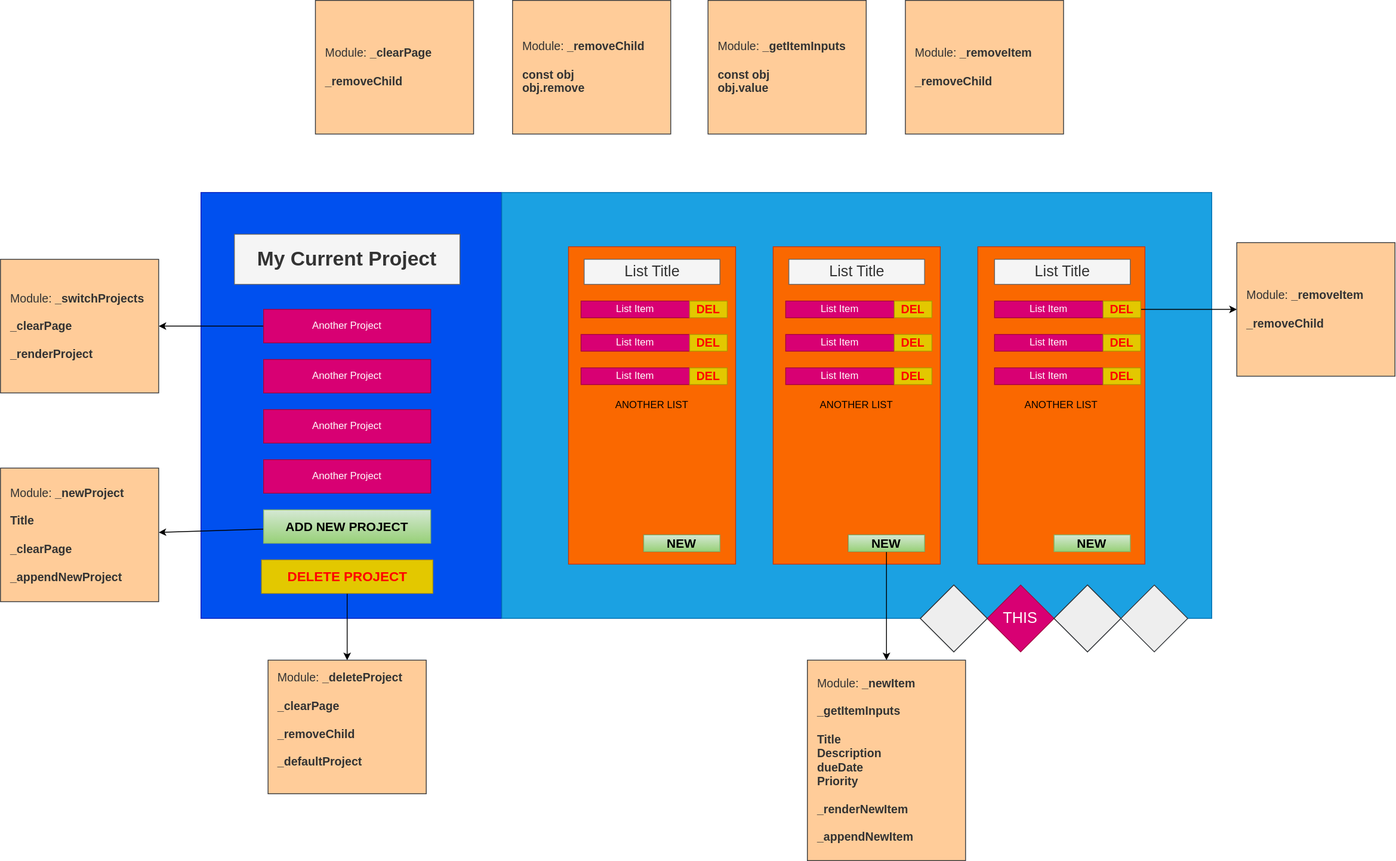
myopicOracle/todo-list-odin-path keeps this draw.io diagram as architecture.drawio.svg. Above is the earlier version. Source tidied: cells renumbered, new cells last; positions are measured from the earlier drawing's top-left corner, leaving out a move shared by most shapes.
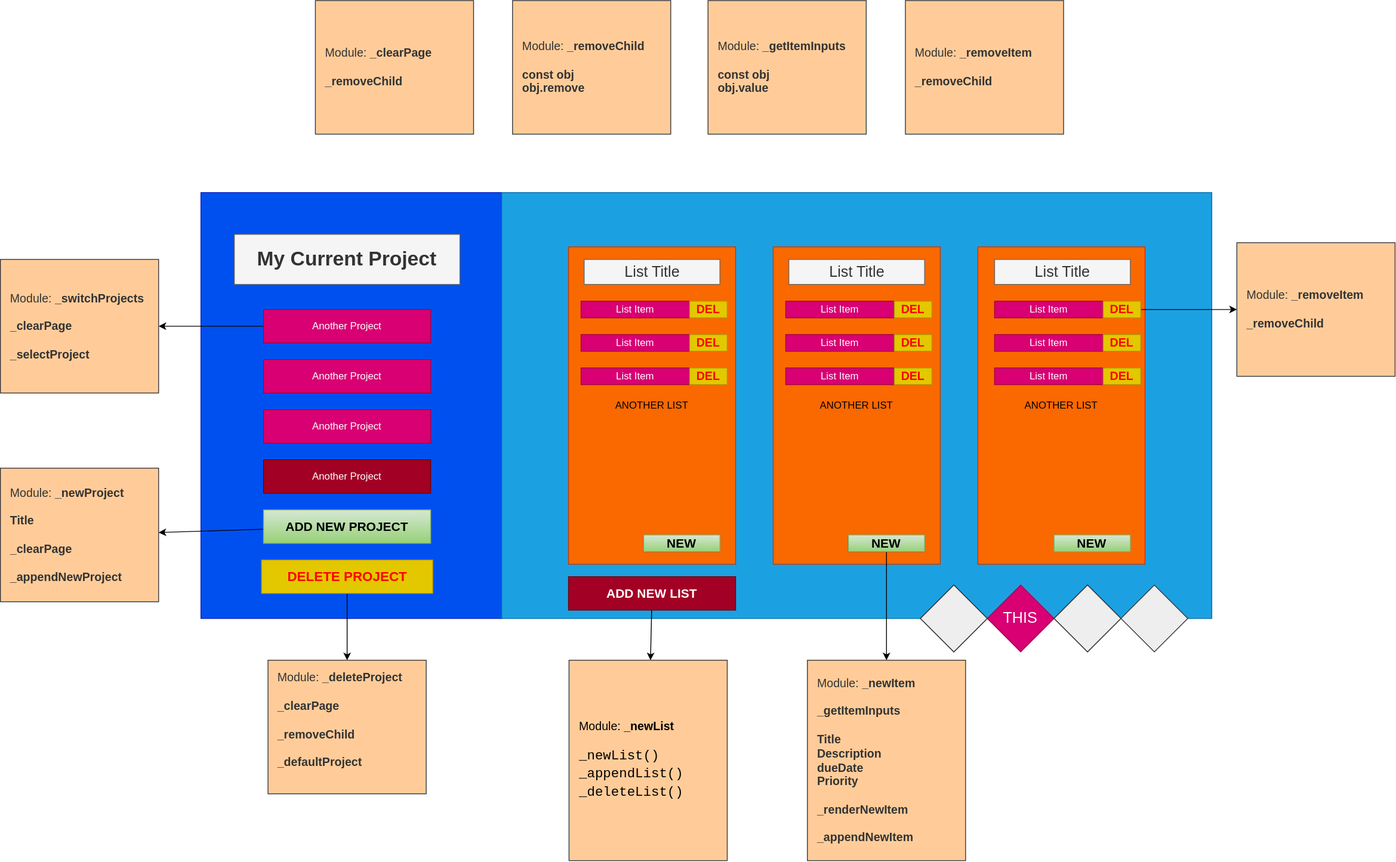
Above is the later version.

Commit message:
List all likely module functions and methods in index.js, edit diagram

What changed in the source:
```diff
@@ -23,7 +23,7 @@
     <mxCell id="8" value="Another Project" style="whiteSpace=wrap;html=1;fillColor=#d80073;strokeColor=#A50040;fontColor=#ffffff;" parent="1" vertex="1">
       <mxGeometry x="315" y="490" width="200" height="40" as="geometry" />
     </mxCell>
-    <mxCell id="9" value="Another Project" style="whiteSpace=wrap;html=1;fillColor=#d80073;strokeColor=#A50040;fontColor=#ffffff;" parent="1" vertex="1">
+    <mxCell id="9" value="Another Project" style="whiteSpace=wrap;html=1;fillColor=#a20025;strokeColor=#6F0000;fontColor=#ffffff;" parent="1" vertex="1">
       <mxGeometry x="315" y="550" width="200" height="40" as="geometry" />
     </mxCell>
     <mxCell id="10" style="edgeStyle=none;html=1;fontSize=14;fontColor=#333333;" parent="1" edge="1" source="11" target="54">
@@ -155,7 +155,7 @@
     <mxCell id="52" value="&lt;div style=&quot;&quot;&gt;&lt;div&gt;&lt;span style=&quot;background-color: initial;&quot;&gt;Module:&amp;nbsp;&lt;/span&gt;&lt;b style=&quot;background-color: initial;&quot;&gt;_removeItem&lt;/b&gt;&lt;/div&gt;&lt;div&gt;&lt;br&gt;&lt;/div&gt;&lt;div&gt;&lt;b&gt;_removeChild&lt;/b&gt;&lt;/div&gt;&lt;/div&gt;" style="whiteSpace=wrap;html=1;fontSize=14;fillColor=#ffcc99;strokeColor=#36393d;align=left;fontColor=#333333;spacingLeft=10;" parent="1" vertex="1">
       <mxGeometry x="1480" y="290" width="189.4" height="160" as="geometry" />
     </mxCell>
-    <mxCell id="53" value="&lt;div style=&quot;&quot;&gt;&lt;div&gt;&lt;span style=&quot;background-color: initial;&quot;&gt;Module:&amp;nbsp;&lt;/span&gt;&lt;b style=&quot;background-color: initial;&quot;&gt;_switchProjects&lt;/b&gt;&lt;/div&gt;&lt;div&gt;&lt;br&gt;&lt;/div&gt;&lt;div&gt;&lt;b&gt;_clearPage&lt;/b&gt;&lt;/div&gt;&lt;div&gt;&lt;b&gt;&lt;br&gt;&lt;/b&gt;&lt;/div&gt;&lt;div&gt;&lt;b&gt;_renderProject&lt;/b&gt;&lt;/div&gt;&lt;/div&gt;" style="whiteSpace=wrap;html=1;fontSize=14;fillColor=#ffcc99;strokeColor=#36393d;align=left;fontColor=#333333;spacingLeft=10;" parent="1" vertex="1">
+    <mxCell id="53" value="&lt;div style=&quot;&quot;&gt;&lt;div&gt;&lt;span style=&quot;background-color: initial;&quot;&gt;Module:&amp;nbsp;&lt;/span&gt;&lt;b style=&quot;background-color: initial;&quot;&gt;_switchProjects&lt;/b&gt;&lt;/div&gt;&lt;div&gt;&lt;br&gt;&lt;/div&gt;&lt;div&gt;&lt;b&gt;_clearPage&lt;/b&gt;&lt;/div&gt;&lt;div&gt;&lt;b&gt;&lt;br&gt;&lt;/b&gt;&lt;/div&gt;&lt;div&gt;&lt;b&gt;_selectProject&lt;/b&gt;&lt;/div&gt;&lt;/div&gt;" style="whiteSpace=wrap;html=1;fontSize=14;fillColor=#ffcc99;strokeColor=#36393d;align=left;fontColor=#333333;spacingLeft=10;" parent="1" vertex="1">
       <mxGeometry y="310" width="189.4" height="160" as="geometry" />
     </mxCell>
     <mxCell id="54" value="&lt;div style=&quot;&quot;&gt;&lt;div&gt;&lt;span style=&quot;background-color: initial;&quot;&gt;Module:&amp;nbsp;&lt;/span&gt;&lt;b style=&quot;background-color: initial;&quot;&gt;_newProject&lt;/b&gt;&lt;/div&gt;&lt;div&gt;&lt;br&gt;&lt;/div&gt;&lt;div&gt;&lt;b&gt;Title&lt;/b&gt;&lt;/div&gt;&lt;div&gt;&lt;b&gt;&lt;br&gt;&lt;/b&gt;&lt;/div&gt;&lt;div&gt;&lt;b&gt;_clearPage&lt;/b&gt;&lt;/div&gt;&lt;div&gt;&lt;b&gt;&lt;br&gt;&lt;/b&gt;&lt;/div&gt;&lt;div&gt;&lt;b&gt;_appendNewProject&lt;/b&gt;&lt;/div&gt;&lt;/div&gt;" style="whiteSpace=wrap;html=1;fontSize=14;fillColor=#ffcc99;strokeColor=#36393d;align=left;fontColor=#333333;spacingLeft=10;" parent="1" vertex="1">
@@ -176,5 +176,14 @@
     <mxCell id="59" value="&lt;div style=&quot;&quot;&gt;&lt;div&gt;&lt;span style=&quot;background-color: initial;&quot;&gt;Module:&amp;nbsp;&lt;/span&gt;&lt;b style=&quot;background-color: initial;&quot;&gt;_removeItem&lt;/b&gt;&lt;/div&gt;&lt;div&gt;&lt;br&gt;&lt;/div&gt;&lt;div&gt;&lt;b&gt;_removeChild&lt;/b&gt;&lt;/div&gt;&lt;/div&gt;" style="whiteSpace=wrap;html=1;fontSize=14;fillColor=#ffcc99;strokeColor=#36393d;align=left;fontColor=#333333;spacingLeft=10;" parent="1" vertex="1">
       <mxGeometry x="1083.2" width="189.4" height="160" as="geometry" />
     </mxCell>
+    <mxCell id="60" style="edgeStyle=none;html=1;" parent="1" edge="1" source="61" target="62">
+      <mxGeometry relative="1" as="geometry" />
+    </mxCell>
+    <mxCell id="61" value="ADD NEW LIST" style="whiteSpace=wrap;html=1;fillColor=#a20025;strokeColor=#6F0000;fontColor=#ffffff;fontStyle=1;fontSize=15;" parent="1" vertex="1">
+      <mxGeometry x="680" y="690" width="200" height="40" as="geometry" />
+    </mxCell>
+    <mxCell id="62" value="&lt;div style=&quot;&quot;&gt;&lt;div&gt;&lt;font color=&quot;#000000&quot;&gt;Module:&amp;nbsp;&lt;b style=&quot;&quot;&gt;_newList&lt;/b&gt;&lt;/font&gt;&lt;/div&gt;&lt;div&gt;&lt;font color=&quot;#000000&quot;&gt;&lt;br&gt;&lt;/font&gt;&lt;/div&gt;&lt;div&gt;&lt;div style=&quot;font-family: Consolas, &amp;quot;Courier New&amp;quot;, monospace; font-size: 16px; line-height: 22px;&quot;&gt;&lt;div style=&quot;&quot;&gt;&lt;font color=&quot;#000000&quot;&gt;_newList()&lt;/font&gt;&lt;/div&gt;&lt;div style=&quot;&quot;&gt;&lt;font color=&quot;#000000&quot;&gt;_appendList()&lt;/font&gt;&lt;/div&gt;&lt;div style=&quot;&quot;&gt;&lt;font color=&quot;#000000&quot;&gt;_deleteList()&lt;/font&gt;&lt;/div&gt;&lt;/div&gt;&lt;/div&gt;&lt;/div&gt;" style="whiteSpace=wrap;html=1;fontSize=14;fillColor=#ffcc99;strokeColor=#36393d;align=left;fontColor=#333333;spacingLeft=10;" parent="1" vertex="1">
+      <mxGeometry x="680.6" y="790" width="189.4" height="240" as="geometry" />
+    </mxCell>
   </root>
 </mxGraphModel>
```
